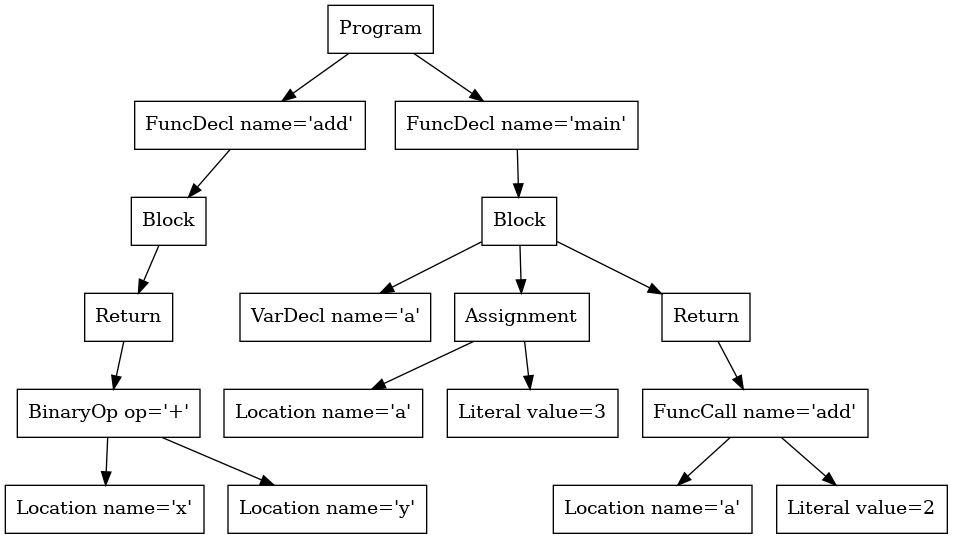
This is p2-parser/tree.png from dada1802/cs432-project, a Graphviz export, as it was before one commit. Its source is kept beside it as p2-parser/tree.dot.
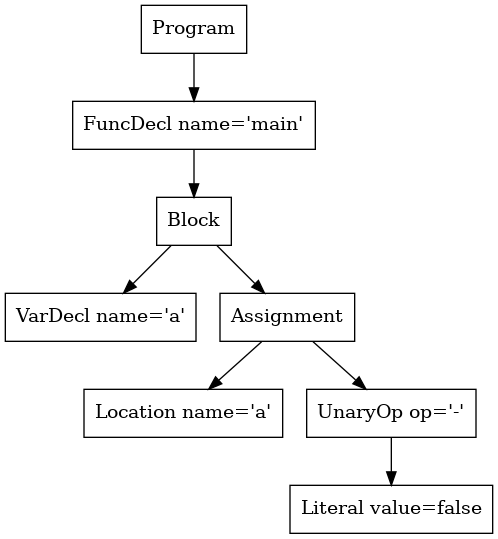
After the commit.

The edit, as a diff of the source:
```diff
@@ -1,35 +1,17 @@
 digraph AST {
-5 [shape=box, label="Location name='x'"];
-6 [shape=box, label="Location name='y'"];
-4 [shape=box, label="BinaryOp op='+'"];
+3 [shape=box, label="VarDecl name='a'"];
+5 [shape=box, label="Location name='a'"];
+7 [shape=box, label="Literal value=false"];
+6 [shape=box, label="UnaryOp op='-'"];
+6 -> 7;
+4 [shape=box, label="Assignment"];
 4 -> 5;
 4 -> 6;
-3 [shape=box, label="Return"];
-3 -> 4;
 2 [shape=box, label="Block"];
 2 -> 3;
-1 [shape=box, label="FuncDecl name='add'"];
+2 -> 4;
+1 [shape=box, label="FuncDecl name='main'"];
 1 -> 2;
-9 [shape=box, label="VarDecl name='a'"];
-11 [shape=box, label="Location name='a'"];
-12 [shape=box, label="Literal value=3"];
-10 [shape=box, label="Assignment"];
-10 -> 11;
-10 -> 12;
-15 [shape=box, label="Location name='a'"];
-16 [shape=box, label="Literal value=2"];
-14 [shape=box, label="FuncCall name='add'"];
-14 -> 15;
-14 -> 16;
-13 [shape=box, label="Return"];
-13 -> 14;
-8 [shape=box, label="Block"];
-8 -> 9;
-8 -> 10;
-8 -> 13;
-7 [shape=box, label="FuncDecl name='main'"];
-7 -> 8;
 0 [shape=box, label="Program"];
 0 -> 1;
-0 -> 7;
 }
```
